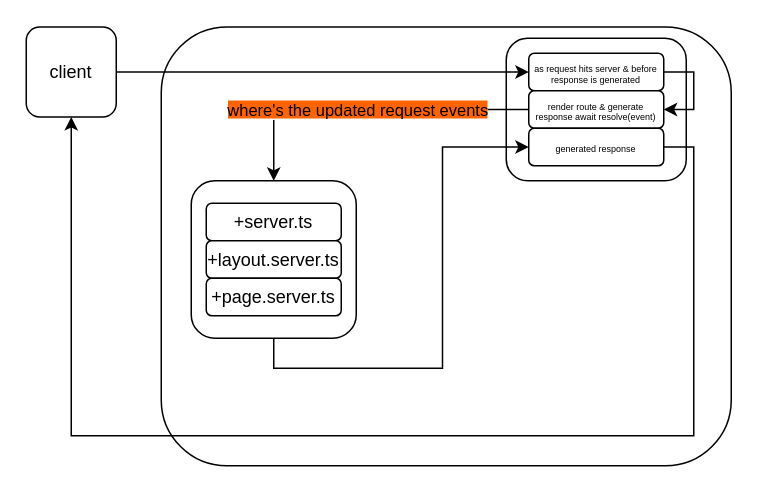
The draw.io diagram Untitled Diagram.drawio in sandikodev/sveltekit-mindmap, before the edit. Source tidied: cells renumbered, new cells numbered last; positions are measured from the earlier drawing's top-left corner, leaving out a move shared by most shapes. Both pictures are drawn from the tidied source at 150%, with x=0, y=0 at pixel (26, 27).
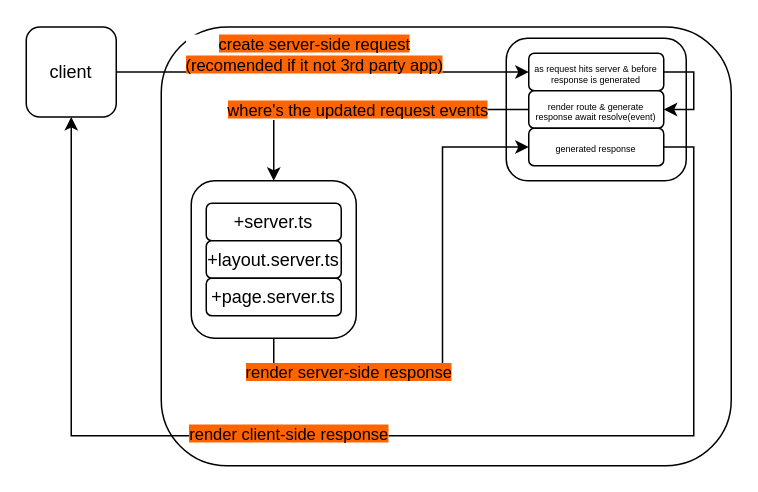
After the change.

Commit message:
update 1. how hooks(middleware) work's.drawio

The change refers to these unchanged cells:
```xml
<mxCell id="4" style="edgeStyle=orthogonalEdgeStyle;rounded=0;jettySize=auto;html=1;exitX=1;exitY=0.5;exitDx=0;exitDy=0;" parent="1" edge="1" source="5" target="12">
  <mxGeometry relative="1" as="geometry" />
</mxCell>
<mxCell id="6" style="edgeStyle=orthogonalEdgeStyle;rounded=0;jettySize=auto;html=1;entryX=0;entryY=0.5;entryDx=0;entryDy=0;exitX=0.5;exitY=1;exitDx=0;exitDy=0;" parent="1" edge="1" source="7" target="17">
  <mxGeometry relative="1" as="geometry" />
</mxCell>
<mxCell id="16" style="edgeStyle=orthogonalEdgeStyle;rounded=0;jettySize=auto;html=1;exitX=1;exitY=0.5;exitDx=0;exitDy=0;entryX=0.5;entryY=1;entryDx=0;entryDy=0;" parent="1" edge="1" source="17" target="5">
  <mxGeometry relative="1" as="geometry">
    <Array as="points">
      <mxPoint x="445" y="79" />
      <mxPoint x="445" y="272" />
      <mxPoint x="30" y="272" />
    </Array>
  </mxGeometry>
</mxCell>
```

Change to the diagram source:
```diff
@@
+    <mxCell id="18" value="&lt;span style=&quot;background-color: rgb(255, 100, 0);&quot;&gt;create server-side request&lt;br&gt;(recomended if it not 3rd party app)&lt;/span&gt;" style="edgeLabel;html=1;align=center;verticalAlign=middle;" parent="4" vertex="1">
+      <mxGeometry x="-0.37" relative="1" as="geometry">
+        <mxPoint x="44" y="-12" as="offset" />
+      </mxGeometry>
+    </mxCell>
@@
+    <mxCell id="19" value="&lt;span style=&quot;background-color: rgb(255, 100, 0);&quot;&gt;render server-side response&lt;/span&gt;" style="edgeLabel;html=1;align=center;verticalAlign=middle;" parent="6" vertex="1">
+      <mxGeometry x="-0.59" y="-2" relative="1" as="geometry" />
+    </mxCell>
@@
+    <mxCell id="20" value="&lt;span style=&quot;background-color: rgb(255, 100, 0);&quot;&gt;render client-side response&lt;/span&gt;" style="edgeLabel;html=1;align=center;verticalAlign=middle;" parent="16" vertex="1">
+      <mxGeometry x="0.15" y="-2" relative="1" as="geometry" />
+    </mxCell>
```
